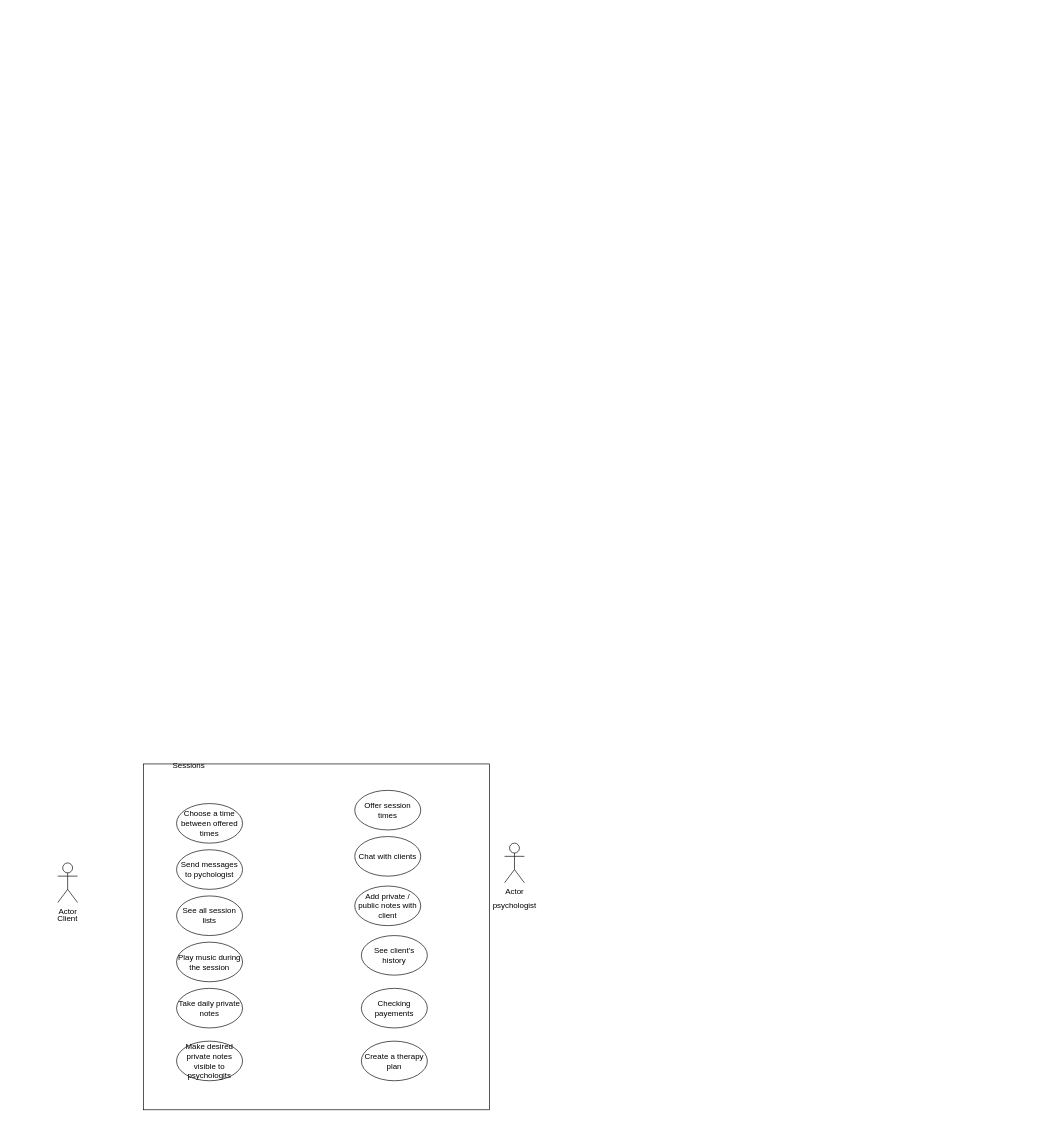
Before: uml.drawio in kiananasiri/MyProcessor, a draw.io diagram. Source tidied: cells renumbered, new cells numbered last; positions are measured from the earlier drawing's top-left corner, leaving out a move shared by most shapes. Both pictures are drawn from the tidied source at 66%, with x=0, y=0 at pixel (48, 756).
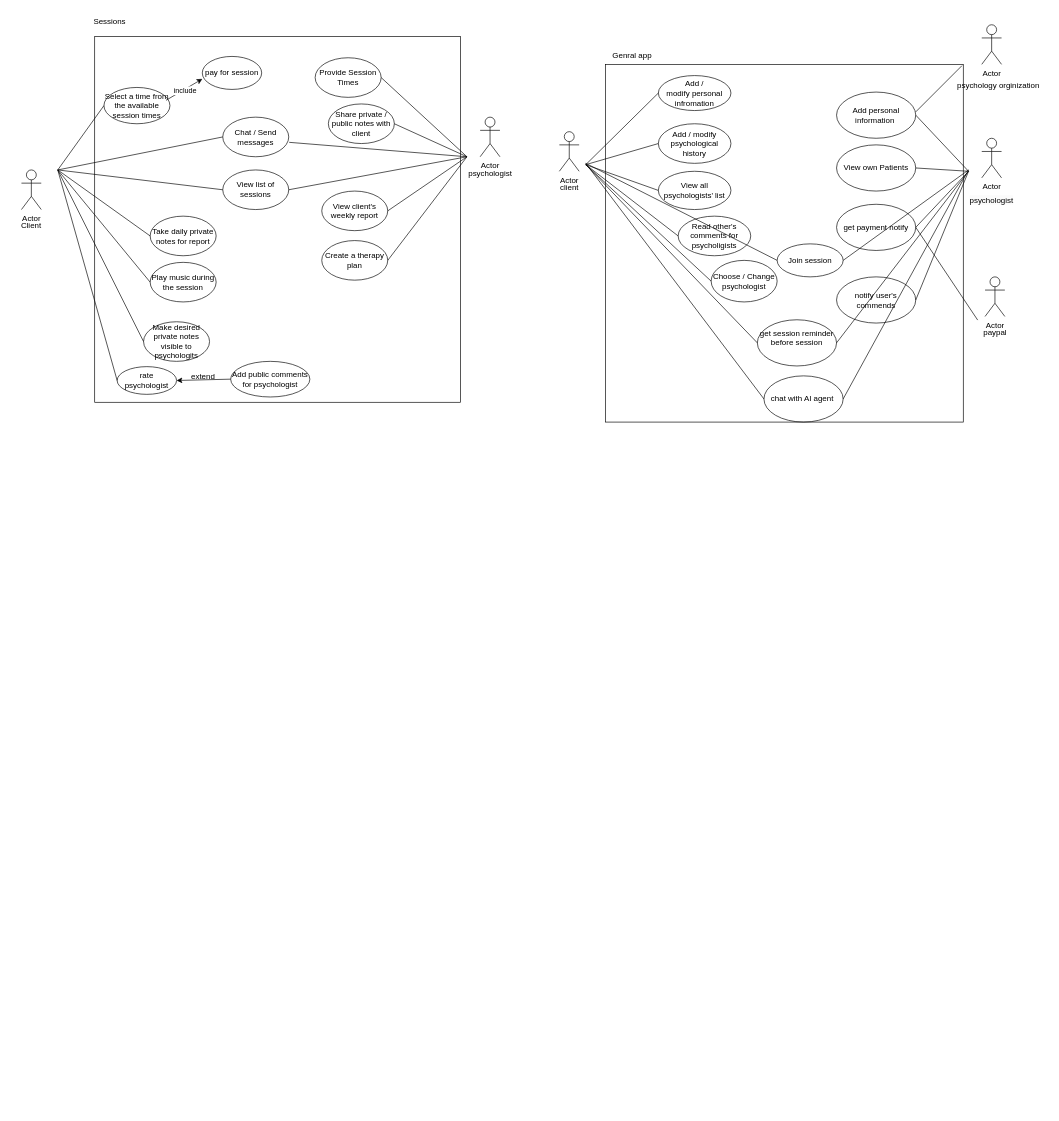
The same diagram, later.

Diff of the diagram source:
```diff
@@
     <mxCell id="2" value="Actor" style="shape=umlActor;verticalLabelPosition=bottom;verticalAlign=top;html=1;" parent="1" vertex="1">
-      <mxGeometry x="15" y="162" width="30" height="60" as="geometry" />
+      <mxGeometry x="-40" y="-888" width="30" height="60" as="geometry" />
     </mxCell>
     <mxCell id="3" style="whiteSpace=wrap;html=1;fillColor=none;" parent="1" vertex="1">
-      <mxGeometry x="145" y="12" width="524" height="524" as="geometry" />
+      <mxGeometry x="71" y="-1090" width="554" height="554" as="geometry" />
     </mxCell>
     <mxCell id="4" value="Client" style="text;html=1;align=center;verticalAlign=middle;whiteSpace=wrap;rounded=0;" parent="1" vertex="1">
-      <mxGeometry y="232" width="60" height="30" as="geometry" />
+      <mxGeometry x="-55" y="-818" width="60" height="30" as="geometry" />
     </mxCell>
     <mxCell id="5" value="Actor" style="shape=umlActor;verticalLabelPosition=bottom;verticalAlign=top;html=1;" parent="1" vertex="1">
-      <mxGeometry x="692" y="132" width="30" height="60" as="geometry" />
+      <mxGeometry x="655" y="-968" width="30" height="60" as="geometry" />
     </mxCell>
     <mxCell id="6" value="psychologist" style="text;html=1;align=center;verticalAlign=middle;strokeColor=none;fillColor=none;" parent="1" vertex="1">
-      <mxGeometry x="662" y="212" width="90" height="30" as="geometry" />
+      <mxGeometry x="625" y="-898" width="90" height="30" as="geometry" />
     </mxCell>
     <mxCell id="7" value="Sessions&amp;nbsp;" style="text;html=1;align=center;verticalAlign=middle;strokeColor=none;fillColor=none;" parent="1" vertex="1">
-      <mxGeometry x="175" width="80" height="30" as="geometry" />
+      <mxGeometry x="55" y="-1128" width="80" height="30" as="geometry" />
     </mxCell>
-    <mxCell id="8" value="Choose a time between offered times" style="ellipse;whiteSpace=wrap;html=1;fillColor=none;" parent="1" vertex="1">
-      <mxGeometry x="195" y="72" width="100" height="60" as="geometry" />
+    <mxCell id="8" value="Select a time from the available session times" style="ellipse;whiteSpace=wrap;html=1;fillColor=none;" parent="1" vertex="1">
+      <mxGeometry x="85" y="-1013" width="100" height="55" as="geometry" />
     </mxCell>
-    <mxCell id="9" value="Send messages to pychologist" style="ellipse;whiteSpace=wrap;html=1;fillColor=none;" parent="1" vertex="1">
-      <mxGeometry x="195" y="142" width="100" height="60" as="geometry" />
-    </mxCell>
-    <mxCell id="10" value="See all session lists" style="ellipse;whiteSpace=wrap;html=1;fillColor=none;" parent="1" vertex="1">
-      <mxGeometry x="195" y="212" width="100" height="60" as="geometry" />
+    <mxCell id="10" value="View list of sessions" style="ellipse;whiteSpace=wrap;html=1;fillColor=none;" parent="1" vertex="1">
+      <mxGeometry x="265" y="-888" width="100" height="60" as="geometry" />
     </mxCell>
     <mxCell id="11" value="Play music during the session" style="ellipse;whiteSpace=wrap;html=1;fillColor=none;" parent="1" vertex="1">
-      <mxGeometry x="195" y="282" width="100" height="60" as="geometry" />
+      <mxGeometry x="155" y="-748" width="100" height="60" as="geometry" />
     </mxCell>
-    <mxCell id="12" value="Take daily private notes" style="ellipse;whiteSpace=wrap;html=1;fillColor=none;" parent="1" vertex="1">
-      <mxGeometry x="195" y="352" width="100" height="60" as="geometry" />
+    <mxCell id="12" value="Take daily private notes for report" style="ellipse;whiteSpace=wrap;html=1;fillColor=none;" parent="1" vertex="1">
+      <mxGeometry x="155" y="-818" width="100" height="60" as="geometry" />
     </mxCell>
     <mxCell id="13" value="Make desired private notes visible to psychologits" style="ellipse;whiteSpace=wrap;html=1;fillColor=none;" parent="1" vertex="1">
-      <mxGeometry x="195" y="432" width="100" height="60" as="geometry" />
+      <mxGeometry x="145" y="-658" width="100" height="60" as="geometry" />
     </mxCell>
-    <mxCell id="14" value="Chat with clients" style="ellipse;whiteSpace=wrap;html=1;fillColor=none;" parent="1" vertex="1">
-      <mxGeometry x="465" y="122" width="100" height="60" as="geometry" />
+    <mxCell id="14" value="Chat / Send messages" style="ellipse;whiteSpace=wrap;html=1;fillColor=none;" parent="1" vertex="1">
+      <mxGeometry x="265" y="-968" width="100" height="60" as="geometry" />
     </mxCell>
-    <mxCell id="15" value="Add private / public notes with client" style="ellipse;whiteSpace=wrap;html=1;fillColor=none;" parent="1" vertex="1">
-      <mxGeometry x="465" y="197" width="100" height="60" as="geometry" />
+    <mxCell id="15" value="Share private / public notes with client" style="ellipse;whiteSpace=wrap;html=1;fillColor=none;" parent="1" vertex="1">
+      <mxGeometry x="425" y="-988" width="100" height="60" as="geometry" />
     </mxCell>
-    <mxCell id="16" value="See client's history" style="ellipse;whiteSpace=wrap;html=1;fillColor=none;" parent="1" vertex="1">
-      <mxGeometry x="475" y="272" width="100" height="60" as="geometry" />
+    <mxCell id="16" value="View client's weekly report" style="ellipse;whiteSpace=wrap;html=1;fillColor=none;" parent="1" vertex="1">
+      <mxGeometry x="415" y="-856" width="100" height="60" as="geometry" />
     </mxCell>
-    <mxCell id="17" value="Checking payements" style="ellipse;whiteSpace=wrap;html=1;fillColor=none;" parent="1" vertex="1">
-      <mxGeometry x="475" y="352" width="100" height="60" as="geometry" />
-    </mxCell>
     <mxCell id="18" value="Create a therapy plan" style="ellipse;whiteSpace=wrap;html=1;fillColor=none;" parent="1" vertex="1">
-      <mxGeometry x="475" y="432" width="100" height="60" as="geometry" />
+      <mxGeometry x="415" y="-781" width="100" height="60" as="geometry" />
     </mxCell>
-    <mxCell id="19" value="Offer session times" style="ellipse;whiteSpace=wrap;html=1;fillColor=none;" parent="1" vertex="1">
-      <mxGeometry x="465" y="52" width="100" height="60" as="geometry" />
+    <mxCell id="19" value="Provide Session Times" style="ellipse;whiteSpace=wrap;html=1;fillColor=none;" parent="1" vertex="1">
+      <mxGeometry x="405" y="-1058" width="100" height="60" as="geometry" />
     </mxCell>
+    <mxCell id="20" style="endArrow=none;html=1;rounded=0;entryX=0;entryY=0.5;entryDx=0;entryDy=0;" parent="1" edge="1" target="8">
+      <mxGeometry relative="1" as="geometry">
+        <mxPoint x="15" y="-888" as="sourcePoint" />
+      </mxGeometry>
+    </mxCell>
+    <mxCell id="21" style="endArrow=none;html=1;rounded=0;entryX=0;entryY=0.5;entryDx=0;entryDy=0;" parent="1" edge="1" target="10">
+      <mxGeometry relative="1" as="geometry">
+        <mxPoint x="15" y="-888" as="sourcePoint" />
+      </mxGeometry>
+    </mxCell>
+    <mxCell id="22" style="endArrow=none;html=1;rounded=0;entryX=0;entryY=0.5;entryDx=0;entryDy=0;" parent="1" edge="1" target="11">
+      <mxGeometry relative="1" as="geometry">
+        <mxPoint x="15" y="-888" as="sourcePoint" />
+      </mxGeometry>
+    </mxCell>
+    <mxCell id="23" style="endArrow=none;html=1;rounded=0;entryX=0;entryY=0.5;entryDx=0;entryDy=0;" parent="1" edge="1" target="12">
+      <mxGeometry relative="1" as="geometry">
+        <mxPoint x="15" y="-888" as="sourcePoint" />
+      </mxGeometry>
+    </mxCell>
+    <mxCell id="24" style="endArrow=none;html=1;rounded=0;entryX=0;entryY=0.5;entryDx=0;entryDy=0;" parent="1" edge="1" target="13">
+      <mxGeometry relative="1" as="geometry">
+        <mxPoint x="15" y="-888" as="sourcePoint" />
+      </mxGeometry>
+    </mxCell>
+    <mxCell id="25" style="endArrow=none;html=1;rounded=0;exitX=1;exitY=0.5;exitDx=0;exitDy=0;" parent="1" edge="1" source="19">
+      <mxGeometry relative="1" as="geometry">
+        <mxPoint x="635" y="-908" as="targetPoint" />
+      </mxGeometry>
+    </mxCell>
+    <mxCell id="26" style="endArrow=none;html=1;rounded=0;exitX=1;exitY=0.5;exitDx=0;exitDy=0;" parent="1" edge="1" source="15">
+      <mxGeometry relative="1" as="geometry">
+        <mxPoint x="635" y="-908" as="targetPoint" />
+      </mxGeometry>
+    </mxCell>
+    <mxCell id="27" style="endArrow=none;html=1;rounded=0;exitX=1;exitY=0.5;exitDx=0;exitDy=0;" parent="1" edge="1" source="18">
+      <mxGeometry relative="1" as="geometry">
+        <mxPoint x="635" y="-908" as="targetPoint" />
+      </mxGeometry>
+    </mxCell>
+    <mxCell id="28" style="endArrow=none;html=1;rounded=0;exitX=1.007;exitY=0.636;exitDx=0;exitDy=0;exitPerimeter=0;" parent="1" edge="1" source="14">
+      <mxGeometry relative="1" as="geometry">
+        <mxPoint x="635" y="-908" as="targetPoint" />
+      </mxGeometry>
+    </mxCell>
+    <mxCell id="29" style="endArrow=none;html=1;rounded=0;exitX=0;exitY=0.5;exitDx=0;exitDy=0;" parent="1" edge="1" source="14">
+      <mxGeometry relative="1" as="geometry">
+        <mxPoint x="15" y="-888" as="targetPoint" />
+      </mxGeometry>
+    </mxCell>
+    <mxCell id="30" style="endArrow=none;html=1;rounded=0;exitX=1;exitY=0.5;exitDx=0;exitDy=0;" parent="1" edge="1" source="10">
+      <mxGeometry relative="1" as="geometry">
+        <mxPoint x="635" y="-908" as="targetPoint" />
+      </mxGeometry>
+    </mxCell>
+    <mxCell id="31" style="whiteSpace=wrap;html=1;fillColor=none;" parent="1" vertex="1">
+      <mxGeometry x="845" y="-1048" width="542" height="542" as="geometry" />
+    </mxCell>
+    <mxCell id="32" value="Actor" style="shape=umlActor;verticalLabelPosition=bottom;verticalAlign=top;html=1;" parent="1" vertex="1">
+      <mxGeometry x="775" y="-946" width="30" height="60" as="geometry" />
+    </mxCell>
+    <mxCell id="33" value="client" style="text;html=1;align=center;verticalAlign=middle;strokeColor=none;fillColor=none;" parent="1" vertex="1">
+      <mxGeometry x="765" y="-876" width="50" height="30" as="geometry" />
+    </mxCell>
+    <mxCell id="34" value="Actor" style="shape=umlActor;verticalLabelPosition=bottom;verticalAlign=top;html=1;" parent="1" vertex="1">
+      <mxGeometry x="1415" y="-936" width="30" height="60" as="geometry" />
+    </mxCell>
+    <mxCell id="35" value="&lt;span style=&quot;color: rgb(0, 0, 0); font-family: Helvetica; font-size: 12px; font-style: normal; font-variant-ligatures: normal; font-variant-caps: normal; font-weight: 400; letter-spacing: normal; orphans: 2; text-align: center; text-indent: 0px; text-transform: none; widows: 2; word-spacing: 0px; -webkit-text-stroke-width: 0px; white-space: nowrap; background-color: rgb(251, 251, 251); text-decoration-thickness: initial; text-decoration-style: initial; text-decoration-color: initial; display: inline !important; float: none;&quot;&gt;psychologist&lt;/span&gt;" style="text;whiteSpace=wrap;html=1;" parent="1" vertex="1">
+      <mxGeometry x="1395" y="-856" width="80" height="40" as="geometry" />
+    </mxCell>
+    <mxCell id="36" value="Genral app" style="text;html=1;align=center;verticalAlign=middle;strokeColor=none;fillColor=none;" parent="1" vertex="1">
+      <mxGeometry x="845" y="-1076" width="80" height="30" as="geometry" />
+    </mxCell>
+    <mxCell id="37" value="Add / modify&amp;nbsp;personal infromation" style="ellipse;whiteSpace=wrap;html=1;fillColor=none;" parent="1" vertex="1">
+      <mxGeometry x="925" y="-1031" width="110" height="53" as="geometry" />
+    </mxCell>
+    <mxCell id="38" value="Add / modify psychological history" style="ellipse;whiteSpace=wrap;html=1;fillColor=none;" parent="1" vertex="1">
+      <mxGeometry x="925" y="-958" width="110" height="60" as="geometry" />
+    </mxCell>
+    <mxCell id="39" value="View all&lt;div&gt;&amp;nbsp;psychologists' list&amp;nbsp;&lt;/div&gt;" style="ellipse;whiteSpace=wrap;html=1;fillColor=none;" parent="1" vertex="1">
+      <mxGeometry x="925" y="-886" width="110" height="58" as="geometry" />
+    </mxCell>
+    <mxCell id="40" value="Read other's comments for psycholigists" style="ellipse;whiteSpace=wrap;html=1;fillColor=none;" parent="1" vertex="1">
+      <mxGeometry x="955" y="-818" width="110" height="60" as="geometry" />
+    </mxCell>
+    <mxCell id="41" value="Add public comments for psychologist" style="ellipse;whiteSpace=wrap;html=1;fillColor=none;" parent="1" vertex="1">
+      <mxGeometry x="277" y="-598" width="120" height="54" as="geometry" />
+    </mxCell>
+    <mxCell id="42" style="endArrow=none;html=1;rounded=0;entryX=0;entryY=0.5;entryDx=0;entryDy=0;" parent="1" edge="1" target="55">
+      <mxGeometry relative="1" as="geometry">
+        <mxPoint x="15" y="-888" as="sourcePoint" />
+      </mxGeometry>
+    </mxCell>
+    <mxCell id="43" value="Add personal information&amp;nbsp;" style="ellipse;whiteSpace=wrap;html=1;fillColor=none;" parent="1" vertex="1">
+      <mxGeometry x="1195" y="-1006" width="120" height="70" as="geometry" />
+    </mxCell>
+    <mxCell id="44" value="View own Patients" style="ellipse;whiteSpace=wrap;html=1;fillColor=none;" parent="1" vertex="1">
+      <mxGeometry x="1195" y="-926" width="120" height="70" as="geometry" />
+    </mxCell>
+    <mxCell id="45" value="get payment notify" style="ellipse;whiteSpace=wrap;html=1;fillColor=none;" parent="1" vertex="1">
+      <mxGeometry x="1195" y="-836" width="120" height="70" as="geometry" />
+    </mxCell>
+    <mxCell id="46" value="notify user's commends" style="ellipse;whiteSpace=wrap;html=1;fillColor=none;" parent="1" vertex="1">
+      <mxGeometry x="1195" y="-726" width="120" height="70" as="geometry" />
+    </mxCell>
+    <mxCell id="47" style="endArrow=none;html=1;rounded=0;entryX=0;entryY=0.5;entryDx=0;entryDy=0;" parent="1" edge="1" target="37">
+      <mxGeometry relative="1" as="geometry">
+        <mxPoint x="815" y="-896" as="sourcePoint" />
+      </mxGeometry>
+    </mxCell>
+    <mxCell id="48" style="endArrow=none;html=1;rounded=0;entryX=0;entryY=0.5;entryDx=0;entryDy=0;" parent="1" edge="1" target="38">
+      <mxGeometry relative="1" as="geometry">
+        <mxPoint x="815" y="-896" as="sourcePoint" />
+      </mxGeometry>
+    </mxCell>
+    <mxCell id="49" style="endArrow=none;html=1;rounded=0;entryX=0;entryY=0.5;entryDx=0;entryDy=0;" parent="1" edge="1" target="39">
+      <mxGeometry relative="1" as="geometry">
+        <mxPoint x="815" y="-896" as="sourcePoint" />
+      </mxGeometry>
+    </mxCell>
+    <mxCell id="50" style="endArrow=none;html=1;rounded=0;entryX=0;entryY=0.5;entryDx=0;entryDy=0;" parent="1" edge="1" target="40">
+      <mxGeometry relative="1" as="geometry">
+        <mxPoint x="815" y="-896" as="sourcePoint" />
+      </mxGeometry>
+    </mxCell>
+    <mxCell id="51" style="endArrow=none;html=1;rounded=0;exitX=1;exitY=0.5;exitDx=0;exitDy=0;" parent="1" edge="1" source="43">
+      <mxGeometry relative="1" as="geometry">
+        <mxPoint x="1395" y="-886" as="targetPoint" />
+      </mxGeometry>
+    </mxCell>
+    <mxCell id="52" style="endArrow=none;html=1;rounded=0;exitX=1;exitY=0.5;exitDx=0;exitDy=0;" parent="1" edge="1" source="44">
+      <mxGeometry relative="1" as="geometry">
+        <mxPoint x="1395" y="-886" as="targetPoint" />
+      </mxGeometry>
+    </mxCell>
+    <mxCell id="53" style="endArrow=none;html=1;rounded=0;exitX=1;exitY=0.5;exitDx=0;exitDy=0;" parent="1" edge="1" source="45">
+      <mxGeometry relative="1" as="geometry">
+        <mxPoint x="1395" y="-886" as="targetPoint" />
+      </mxGeometry>
+    </mxCell>
+    <mxCell id="54" style="endArrow=none;html=1;rounded=0;exitX=1;exitY=0.5;exitDx=0;exitDy=0;" parent="1" edge="1" source="46">
+      <mxGeometry relative="1" as="geometry">
+        <mxPoint x="1395" y="-886" as="targetPoint" />
+      </mxGeometry>
+    </mxCell>
+    <mxCell id="55" value="rate psychologist" style="ellipse;whiteSpace=wrap;html=1;fillColor=none;" parent="1" vertex="1">
+      <mxGeometry x="105" y="-590" width="90" height="42" as="geometry" />
+    </mxCell>
+    <mxCell id="56" value="extend" style="text;html=1;align=center;verticalAlign=middle;strokeColor=none;fillColor=none;" parent="1" vertex="1">
+      <mxGeometry x="205" y="-590" width="60" height="30" as="geometry" />
+    </mxCell>
+    <mxCell id="57" style="endArrow=classic;html=1;rounded=0;exitX=0;exitY=0.5;exitDx=0;exitDy=0;entryX=1;entryY=0.5;entryDx=0;entryDy=0;" parent="1" edge="1" source="41" target="55">
+      <mxGeometry relative="1" as="geometry" />
+    </mxCell>
+    <mxCell id="58" style="endArrow=none;html=1;rounded=0;entryX=1;entryY=0.5;entryDx=0;entryDy=0;" parent="1" edge="1" target="16">
+      <mxGeometry relative="1" as="geometry">
+        <mxPoint x="635" y="-908" as="sourcePoint" />
+      </mxGeometry>
+    </mxCell>
+    <mxCell id="59" value="Actor" style="shape=umlActor;verticalLabelPosition=bottom;verticalAlign=top;html=1;" parent="1" vertex="1">
+      <mxGeometry x="1415" y="-1108" width="30" height="60" as="geometry" />
+    </mxCell>
+    <mxCell id="60" value="psychology orginization" style="text;html=1;align=center;verticalAlign=middle;strokeColor=none;fillColor=none;" parent="1" vertex="1">
+      <mxGeometry x="1365" y="-1031" width="150" height="30" as="geometry" />
+    </mxCell>
+    <mxCell id="61" style="endArrow=none;html=1;rounded=0;" parent="1" edge="1">
+      <mxGeometry relative="1" as="geometry">
+        <mxPoint x="1315" y="-976" as="sourcePoint" />
+        <mxPoint x="1385" y="-1046" as="targetPoint" />
+      </mxGeometry>
+    </mxCell>
+    <mxCell id="62" value="Actor" style="shape=umlActor;verticalLabelPosition=bottom;verticalAlign=top;html=1;" parent="1" vertex="1">
+      <mxGeometry x="1420" y="-726" width="30" height="60" as="geometry" />
+    </mxCell>
+    <mxCell id="63" value="paypal" style="text;html=1;align=center;verticalAlign=middle;points=[];strokeColor=none;fillColor=none;" parent="1" vertex="1">
+      <mxGeometry x="1405" y="-656" width="60" height="30" as="geometry" />
+    </mxCell>
+    <mxCell id="64" style="endArrow=none;html=1;rounded=0;entryX=0.064;entryY=-0.151;entryDx=0;entryDy=0;entryPerimeter=0;exitX=1;exitY=0.5;exitDx=0;exitDy=0;" parent="1" edge="1" source="45" target="63">
+      <mxGeometry relative="1" as="geometry" />
+    </mxCell>
+    <mxCell id="65" value="pay for session" style="ellipse;whiteSpace=wrap;html=1;fillColor=none;" parent="1" vertex="1">
+      <mxGeometry x="234" y="-1060" width="90" height="50" as="geometry" />
+    </mxCell>
+    <mxCell id="66" style="endArrow=classic;html=1;rounded=0;entryX=0.001;entryY=0.681;entryDx=0;entryDy=0;entryPerimeter=0;" parent="1" edge="1" target="65">
+      <mxGeometry relative="1" as="geometry">
+        <mxPoint x="179" y="-993.5" as="sourcePoint" />
+      </mxGeometry>
+    </mxCell>
+    <mxCell id="67" value="include" style="edgeLabel;html=1;align=center;verticalAlign=middle;" parent="66" vertex="1">
+      <mxGeometry x="0.01" y="-1" relative="1" as="geometry" />
+    </mxCell>
+    <mxCell id="68" value="Choose / Change psychologist" style="ellipse;whiteSpace=wrap;html=1;fillColor=none;" parent="1" vertex="1">
+      <mxGeometry x="1005" y="-751" width="100" height="63" as="geometry" />
+    </mxCell>
+    <mxCell id="69" style="endArrow=none;html=1;rounded=0;entryX=0;entryY=0.5;entryDx=0;entryDy=0;" parent="1" edge="1" target="68">
+      <mxGeometry relative="1" as="geometry">
+        <mxPoint x="815" y="-896" as="sourcePoint" />
+      </mxGeometry>
+    </mxCell>
+    <mxCell id="70" value="get session reminder before session&lt;div&gt;&amp;nbsp;&lt;/div&gt;" style="ellipse;whiteSpace=wrap;html=1;fillColor=none;" parent="1" vertex="1">
+      <mxGeometry x="1075" y="-661" width="120" height="70" as="geometry" />
+    </mxCell>
+    <mxCell id="71" style="endArrow=none;html=1;rounded=0;entryX=0;entryY=0.5;entryDx=0;entryDy=0;" parent="1" edge="1" target="70">
+      <mxGeometry relative="1" as="geometry">
+        <mxPoint x="815" y="-896" as="sourcePoint" />
+      </mxGeometry>
+    </mxCell>
+    <mxCell id="72" style="endArrow=none;html=1;rounded=0;exitX=1;exitY=0.5;exitDx=0;exitDy=0;" parent="1" edge="1" source="70">
+      <mxGeometry relative="1" as="geometry">
+        <mxPoint x="1395" y="-886" as="targetPoint" />
+      </mxGeometry>
+    </mxCell>
+    <mxCell id="73" value="&lt;div&gt;chat with AI agent&amp;nbsp;&lt;/div&gt;" style="ellipse;whiteSpace=wrap;html=1;fillColor=none;" parent="1" vertex="1">
+      <mxGeometry x="1085" y="-576" width="120" height="70" as="geometry" />
+    </mxCell>
+    <mxCell id="74" style="endArrow=none;html=1;rounded=0;entryX=0;entryY=0.5;entryDx=0;entryDy=0;" parent="1" edge="1" target="73">
+      <mxGeometry relative="1" as="geometry">
+        <mxPoint x="815" y="-898" as="sourcePoint" />
+      </mxGeometry>
+    </mxCell>
+    <mxCell id="75" style="endArrow=none;html=1;rounded=0;exitX=1;exitY=0.5;exitDx=0;exitDy=0;" parent="1" edge="1" source="73">
+      <mxGeometry relative="1" as="geometry">
+        <mxPoint x="1395" y="-888" as="targetPoint" />
+      </mxGeometry>
+    </mxCell>
+    <mxCell id="76" value="&lt;div&gt;Join session&lt;/div&gt;" style="ellipse;whiteSpace=wrap;html=1;fillColor=none;" parent="1" vertex="1">
+      <mxGeometry x="1105" y="-776" width="100" height="50" as="geometry" />
+    </mxCell>
+    <mxCell id="77" style="endArrow=none;html=1;rounded=0;exitX=1;exitY=0.5;exitDx=0;exitDy=0;" parent="1" edge="1" source="76">
+      <mxGeometry relative="1" as="geometry">
+        <mxPoint x="1395" y="-888" as="targetPoint" />
+      </mxGeometry>
+    </mxCell>
+    <mxCell id="78" style="endArrow=none;html=1;rounded=0;entryX=0;entryY=0.5;entryDx=0;entryDy=0;" parent="1" edge="1" target="76">
+      <mxGeometry relative="1" as="geometry">
+        <mxPoint x="815" y="-898" as="sourcePoint" />
+      </mxGeometry>
+    </mxCell>
```
